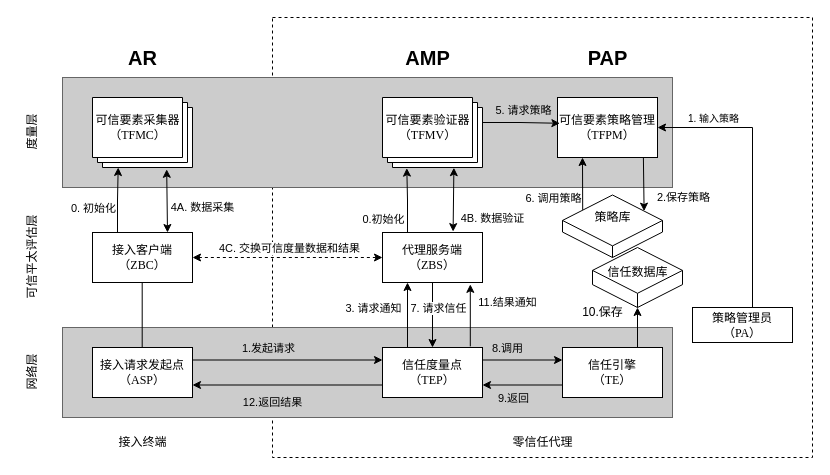
Above: testDirectory/可信接入模型.drawio in Moose1273/- (draw.io), before the change. Source tidied: cells renumbered, new cells numbered last; positions are measured from the earlier drawing's top-left corner, leaving out a move shared by most shapes. Both pictures are drawn from the tidied source at 100%, with x=0, y=0 at pixel (-23, 17).
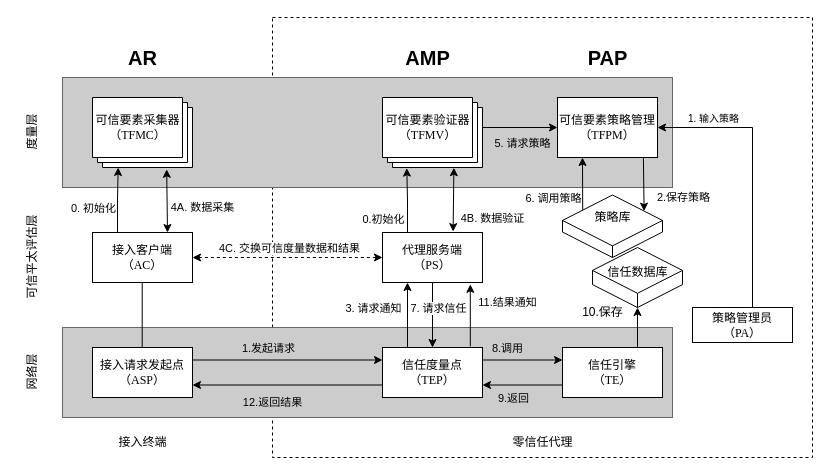
The same diagram, later.

Commit message:
更新可信接入模型.drawio

The change refers to these unchanged cells:
```xml
<mxCell id="20" style="verticalLabelPosition=bottom;verticalAlign=top;html=1;shape=mxgraph.basic.layered_rect;dx=10;outlineConnect=0;whiteSpace=wrap;" parent="1" vertex="1">
  <mxGeometry x="405" y="80" width="100" height="70" as="geometry" />
</mxCell>
<mxCell id="21" value="可信要素验证器&lt;br style=&quot;border-color: var(--border-color);&quot;&gt;&lt;font style=&quot;border-color: var(--border-color);&quot; face=&quot;Times New Roman&quot;&gt;（TFMV）&lt;/font&gt;" style="text;html=1;align=center;verticalAlign=middle;points=[];strokeColor=none;fillColor=none;" parent="1" vertex="1">
  <mxGeometry x="395" y="90" width="110" height="40" as="geometry" />
</mxCell>
<mxCell id="25" value="可信要素策略管理&lt;br&gt;&lt;font face=&quot;Times New Roman&quot;&gt;（TFPM）&lt;/font&gt;" style="rounded=0;whiteSpace=wrap;html=1;" parent="1" vertex="1">
  <mxGeometry x="580" y="80" width="100" height="60" as="geometry" />
</mxCell>
```

What changed in the source:
```diff
@@
-    <mxCell id="7" value="&lt;div&gt;&lt;font face=&quot;Times New Roman&quot;&gt;接入客户端&lt;/font&gt;&lt;/div&gt;&lt;font face=&quot;Times New Roman&quot;&gt;（ZBC）&lt;/font&gt;" style="rounded=0;whiteSpace=wrap;html=1;" parent="1" vertex="1">
+    <mxCell id="7" value="&lt;div&gt;&lt;font face=&quot;Times New Roman&quot;&gt;接入客户端&lt;/font&gt;&lt;/div&gt;&lt;font face=&quot;Times New Roman&quot;&gt;（AC）&lt;/font&gt;" style="rounded=0;whiteSpace=wrap;html=1;" parent="1" vertex="1">
       <mxGeometry x="115" y="215" width="100" height="50" as="geometry" />
     </mxCell>
@@
-    <mxCell id="10" value="&lt;div&gt;&lt;font face=&quot;Times New Roman&quot;&gt;代理服务端&lt;/font&gt;&lt;/div&gt;&lt;font face=&quot;Times New Roman&quot;&gt;（ZBS）&lt;/font&gt;" style="rounded=0;whiteSpace=wrap;html=1;" parent="1" vertex="1">
+    <mxCell id="10" value="&lt;div&gt;&lt;font face=&quot;Times New Roman&quot;&gt;代理服务端&lt;/font&gt;&lt;/div&gt;&lt;font face=&quot;Times New Roman&quot;&gt;（PS）&lt;/font&gt;" style="rounded=0;whiteSpace=wrap;html=1;" parent="1" vertex="1">
       <mxGeometry x="405" y="215" width="100" height="50" as="geometry" />
     </mxCell>
@@
-    <mxCell id="41" style="edgeStyle=orthogonalEdgeStyle;rounded=0;jettySize=auto;html=1;exitX=0;exitY=0;exitDx=100;exitDy=25;exitPerimeter=0;entryX=0.024;entryY=0.43;entryDx=0;entryDy=0;entryPerimeter=0;" parent="1" edge="1" source="20" target="25">
+    <mxCell id="41" style="edgeStyle=orthogonalEdgeStyle;rounded=0;jettySize=auto;html=1;exitX=1;exitY=0.5;exitDx=0;exitDy=0;exitPerimeter=0;entryX=0;entryY=0.5;entryDx=0;entryDy=0;" parent="1" edge="1" source="21" target="25">
       <mxGeometry relative="1" as="geometry" />
     </mxCell>
     <mxCell id="42" value="5. 请求策略" style="edgeLabel;html=1;align=center;verticalAlign=middle;labelBackgroundColor=#CCCCCC;" parent="41" vertex="1">
       <mxGeometry x="-0.36" y="1" relative="1" as="geometry">
-        <mxPoint x="15" y="-12" as="offset" />
+        <mxPoint x="15" y="16" as="offset" />
       </mxGeometry>
     </mxCell>
```
